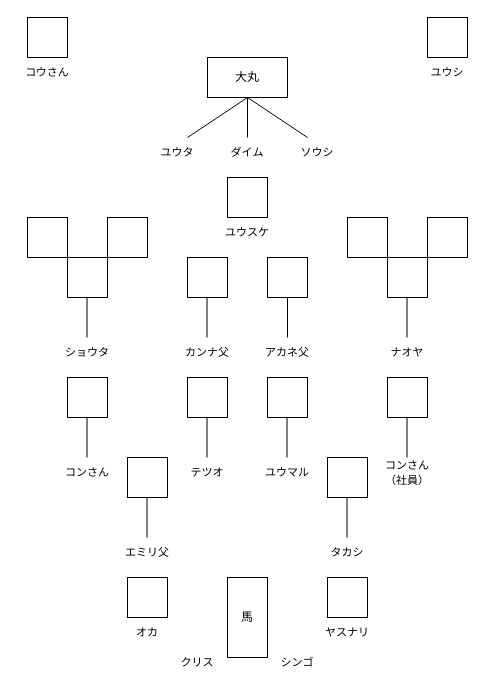
Above: formation_1.dio in shingo0321/yaizu_festival (draw.io), before the change. Source tidied: cells renumbered, new cells numbered last; positions are measured from the earlier drawing's top-left corner, leaving out a move shared by most shapes. Both pictures are drawn from the tidied source at 100%, with x=0, y=0 at pixel (17, 17).
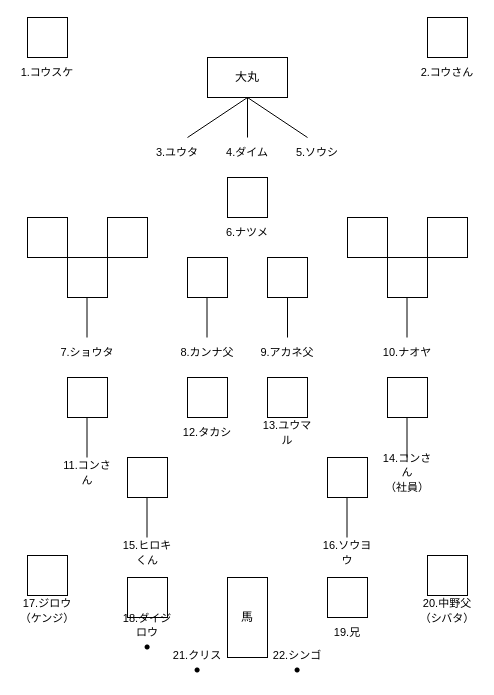
The same page after the edit.

What changed in the source:
```diff
@@
-    <mxCell id="13" value="&lt;span style=&quot;font-size: 11px;&quot;&gt;ユウタ&lt;/span&gt;" style="text;html=1;align=center;verticalAlign=middle;whiteSpace=wrap;rounded=0;" parent="1" vertex="1">
+    <mxCell id="13" value="&lt;span style=&quot;font-size: 11px;&quot;&gt;3.ユウタ&lt;/span&gt;" style="text;html=1;align=center;verticalAlign=middle;whiteSpace=wrap;rounded=0;" parent="1" vertex="1">
       <mxGeometry x="130" y="120" width="60" height="30" as="geometry" />
     </mxCell>
-    <mxCell id="14" value="&lt;span style=&quot;font-size: 11px;&quot;&gt;ダイム&lt;/span&gt;" style="text;html=1;align=center;verticalAlign=middle;whiteSpace=wrap;rounded=0;" parent="1" vertex="1">
+    <mxCell id="14" value="&lt;span style=&quot;font-size: 11px;&quot;&gt;4.ダイム&lt;/span&gt;" style="text;html=1;align=center;verticalAlign=middle;whiteSpace=wrap;rounded=0;" parent="1" vertex="1">
       <mxGeometry x="200" y="120" width="60" height="30" as="geometry" />
     </mxCell>
-    <mxCell id="15" value="&lt;span style=&quot;font-size: 11px;&quot;&gt;ソウシ&lt;/span&gt;" style="text;html=1;align=center;verticalAlign=middle;whiteSpace=wrap;rounded=0;" parent="1" vertex="1">
+    <mxCell id="15" value="&lt;span style=&quot;font-size: 11px;&quot;&gt;5.ソウシ&lt;/span&gt;" style="text;html=1;align=center;verticalAlign=middle;whiteSpace=wrap;rounded=0;" parent="1" vertex="1">
       <mxGeometry x="270" y="120" width="60" height="30" as="geometry" />
     </mxCell>
-    <mxCell id="16" value="&lt;span style=&quot;font-size: 11px;&quot;&gt;コウさん&lt;/span&gt;" style="text;html=1;align=center;verticalAlign=middle;whiteSpace=wrap;rounded=0;" parent="1" vertex="1">
+    <mxCell id="16" value="&lt;span style=&quot;font-size: 11px;&quot;&gt;1.コウスケ&lt;/span&gt;" style="text;html=1;align=center;verticalAlign=middle;whiteSpace=wrap;rounded=0;" parent="1" vertex="1">
       <mxGeometry y="40" width="60" height="30" as="geometry" />
     </mxCell>
@@
-    <mxCell id="18" value="&lt;span style=&quot;font-size: 11px;&quot;&gt;ユウシ&lt;/span&gt;" style="text;html=1;align=center;verticalAlign=middle;whiteSpace=wrap;rounded=0;" parent="1" vertex="1">
+    <mxCell id="18" value="&lt;span style=&quot;font-size: 11px;&quot;&gt;2.コウさん&lt;/span&gt;" style="text;html=1;align=center;verticalAlign=middle;whiteSpace=wrap;rounded=0;" parent="1" vertex="1">
       <mxGeometry x="400" y="40" width="60" height="30" as="geometry" />
     </mxCell>
-    <mxCell id="19" value="&lt;span style=&quot;font-size: 11px;&quot;&gt;ユウスケ&lt;/span&gt;" style="text;html=1;align=center;verticalAlign=middle;whiteSpace=wrap;rounded=0;" parent="1" vertex="1">
+    <mxCell id="19" value="&lt;span style=&quot;font-size: 11px;&quot;&gt;6.ナツメ&lt;/span&gt;" style="text;html=1;align=center;verticalAlign=middle;whiteSpace=wrap;rounded=0;" parent="1" vertex="1">
       <mxGeometry x="200" y="200" width="60" height="30" as="geometry" />
     </mxCell>
@@
-    <mxCell id="27" value="&lt;span style=&quot;font-size: 11px;&quot;&gt;ショウタ&lt;/span&gt;" style="text;html=1;align=center;verticalAlign=middle;whiteSpace=wrap;rounded=0;" parent="1" vertex="1">
+    <mxCell id="27" value="&lt;span style=&quot;font-size: 11px;&quot;&gt;7.ショウタ&lt;/span&gt;" style="text;html=1;align=center;verticalAlign=middle;whiteSpace=wrap;rounded=0;" parent="1" vertex="1">
       <mxGeometry x="40" y="320" width="60" height="30" as="geometry" />
     </mxCell>
-    <mxCell id="28" value="&lt;span style=&quot;font-size: 11px;&quot;&gt;カンナ父&lt;/span&gt;" style="text;html=1;align=center;verticalAlign=middle;whiteSpace=wrap;rounded=0;" parent="1" vertex="1">
+    <mxCell id="28" value="&lt;span style=&quot;font-size: 11px;&quot;&gt;8.カンナ父&lt;/span&gt;" style="text;html=1;align=center;verticalAlign=middle;whiteSpace=wrap;rounded=0;" parent="1" vertex="1">
       <mxGeometry x="160" y="320" width="60" height="30" as="geometry" />
     </mxCell>
-    <mxCell id="29" value="&lt;span style=&quot;font-size: 11px;&quot;&gt;アカネ父&lt;/span&gt;" style="text;html=1;align=center;verticalAlign=middle;whiteSpace=wrap;rounded=0;" parent="1" vertex="1">
+    <mxCell id="29" value="&lt;span style=&quot;font-size: 11px;&quot;&gt;9.アカネ父&lt;/span&gt;" style="text;html=1;align=center;verticalAlign=middle;whiteSpace=wrap;rounded=0;" parent="1" vertex="1">
       <mxGeometry x="240" y="320" width="60" height="30" as="geometry" />
     </mxCell>
-    <mxCell id="30" value="&lt;span style=&quot;font-size: 11px;&quot;&gt;ナオヤ&lt;/span&gt;" style="text;html=1;align=center;verticalAlign=middle;whiteSpace=wrap;rounded=0;" parent="1" vertex="1">
+    <mxCell id="30" value="&lt;span style=&quot;font-size: 11px;&quot;&gt;10.ナオヤ&lt;/span&gt;" style="text;html=1;align=center;verticalAlign=middle;whiteSpace=wrap;rounded=0;" parent="1" vertex="1">
       <mxGeometry x="360" y="320" width="60" height="30" as="geometry" />
     </mxCell>
@@
-    <mxCell id="33" value="&lt;span style=&quot;font-size: 11px;&quot;&gt;コンさん&lt;/span&gt;" style="text;html=1;align=center;verticalAlign=middle;whiteSpace=wrap;rounded=0;" parent="1" vertex="1">
+    <mxCell id="33" value="&lt;span style=&quot;font-size: 11px;&quot;&gt;11.コンさん&lt;/span&gt;" style="text;html=1;align=center;verticalAlign=middle;whiteSpace=wrap;rounded=0;" parent="1" vertex="1">
       <mxGeometry x="40" y="440" width="60" height="30" as="geometry" />
     </mxCell>
@@
-    <mxCell id="35" style="endArrow=none;html=1;" parent="1" edge="1">
-      <mxGeometry relative="1" as="geometry">
-        <mxPoint x="189.5" y="440" as="sourcePoint" />
-        <mxPoint x="189.5" y="400" as="targetPoint" />
-      </mxGeometry>
-    </mxCell>
-    <mxCell id="36" value="&lt;span style=&quot;font-size: 11px;&quot;&gt;テツオ&lt;/span&gt;" style="text;html=1;align=center;verticalAlign=middle;whiteSpace=wrap;rounded=0;" parent="1" vertex="1">
-      <mxGeometry x="160" y="440" width="60" height="30" as="geometry" />
+    <mxCell id="36" value="&lt;span style=&quot;font-size: 11px;&quot;&gt;12.タカシ&lt;/span&gt;" style="text;html=1;align=center;verticalAlign=middle;whiteSpace=wrap;rounded=0;" parent="1" vertex="1">
+      <mxGeometry x="160" y="400" width="60" height="30" as="geometry" />
     </mxCell>
@@
-    <mxCell id="38" style="endArrow=none;html=1;" parent="1" edge="1">
-      <mxGeometry relative="1" as="geometry">
-        <mxPoint x="269.5" y="440" as="sourcePoint" />
-        <mxPoint x="269.5" y="400" as="targetPoint" />
-      </mxGeometry>
-    </mxCell>
-    <mxCell id="39" value="&lt;span style=&quot;font-size: 11px;&quot;&gt;ユウマル&lt;/span&gt;" style="text;html=1;align=center;verticalAlign=middle;whiteSpace=wrap;rounded=0;" parent="1" vertex="1">
-      <mxGeometry x="240" y="440" width="60" height="30" as="geometry" />
+    <mxCell id="39" value="&lt;span style=&quot;font-size: 11px;&quot;&gt;13.ユウマル&lt;/span&gt;" style="text;html=1;align=center;verticalAlign=middle;whiteSpace=wrap;rounded=0;" parent="1" vertex="1">
+      <mxGeometry x="240" y="400" width="60" height="30" as="geometry" />
     </mxCell>
@@
-    <mxCell id="42" value="&lt;span style=&quot;font-size: 11px;&quot;&gt;コンさん&lt;BR&gt;（社員）&lt;/span&gt;" style="text;html=1;align=center;verticalAlign=middle;whiteSpace=wrap;rounded=0;" parent="1" vertex="1">
+    <mxCell id="42" value="&lt;span style=&quot;font-size: 11px;&quot;&gt;14.コンさん&lt;BR&gt;（社員）&lt;/span&gt;" style="text;html=1;align=center;verticalAlign=middle;whiteSpace=wrap;rounded=0;" parent="1" vertex="1">
       <mxGeometry x="360" y="440" width="60" height="30" as="geometry" />
     </mxCell>
@@
-    <mxCell id="45" value="&lt;span style=&quot;font-size: 11px;&quot;&gt;エミリ父&lt;/span&gt;" style="text;html=1;align=center;verticalAlign=middle;whiteSpace=wrap;rounded=0;" parent="1" vertex="1">
+    <mxCell id="45" value="&lt;span style=&quot;font-size: 11px;&quot;&gt;15.ヒロキくん&lt;/span&gt;" style="text;html=1;align=center;verticalAlign=middle;whiteSpace=wrap;rounded=0;" parent="1" vertex="1">
       <mxGeometry x="100" y="520" width="60" height="30" as="geometry" />
     </mxCell>
@@
-    <mxCell id="48" value="&lt;span style=&quot;font-size: 11px;&quot;&gt;タカシ&lt;/span&gt;" style="text;html=1;align=center;verticalAlign=middle;whiteSpace=wrap;rounded=0;" parent="1" vertex="1">
+    <mxCell id="48" value="&lt;span style=&quot;font-size: 11px;&quot;&gt;16.ソウヨウ&lt;/span&gt;" style="text;html=1;align=center;verticalAlign=middle;whiteSpace=wrap;rounded=0;" parent="1" vertex="1">
       <mxGeometry x="300" y="520" width="60" height="30" as="geometry" />
     </mxCell>
@@
-    <mxCell id="51" value="&lt;span style=&quot;font-size: 11px;&quot;&gt;オカ&lt;/span&gt;" style="text;html=1;align=center;verticalAlign=middle;whiteSpace=wrap;rounded=0;" parent="1" vertex="1">
+    <mxCell id="51" value="&lt;span style=&quot;font-size: 11px;&quot;&gt;18.ダイジロウ&lt;BR&gt;⚫︎&lt;/span&gt;" style="text;html=1;align=center;verticalAlign=middle;whiteSpace=wrap;rounded=0;" parent="1" vertex="1">
       <mxGeometry x="100" y="600" width="60" height="30" as="geometry" />
     </mxCell>
-    <mxCell id="52" value="&lt;span style=&quot;font-size: 11px;&quot;&gt;クリス&lt;/span&gt;" style="text;html=1;align=center;verticalAlign=middle;whiteSpace=wrap;rounded=0;" parent="1" vertex="1">
+    <mxCell id="52" value="&lt;span style=&quot;font-size: 11px;&quot;&gt;21.クリス&lt;BR&gt;⚫︎&lt;/span&gt;" style="text;html=1;align=center;verticalAlign=middle;whiteSpace=wrap;rounded=0;" parent="1" vertex="1">
       <mxGeometry x="150" y="630" width="60" height="30" as="geometry" />
     </mxCell>
@@
-    <mxCell id="54" value="&lt;span style=&quot;font-size: 11px;&quot;&gt;ヤスナリ&lt;/span&gt;" style="text;html=1;align=center;verticalAlign=middle;whiteSpace=wrap;rounded=0;" parent="1" vertex="1">
+    <mxCell id="54" value="&lt;span style=&quot;font-size: 11px;&quot;&gt;19.兄&lt;/span&gt;" style="text;html=1;align=center;verticalAlign=middle;whiteSpace=wrap;rounded=0;" parent="1" vertex="1">
       <mxGeometry x="300" y="600" width="60" height="30" as="geometry" />
     </mxCell>
-    <mxCell id="55" value="&lt;span style=&quot;font-size: 11px;&quot;&gt;シンゴ&lt;/span&gt;" style="text;html=1;align=center;verticalAlign=middle;whiteSpace=wrap;rounded=0;" parent="1" vertex="1">
+    <mxCell id="55" value="&lt;span style=&quot;font-size: 11px;&quot;&gt;22.シンゴ&lt;BR&gt;⚫︎&lt;/span&gt;" style="text;html=1;align=center;verticalAlign=middle;whiteSpace=wrap;rounded=0;" parent="1" vertex="1">
       <mxGeometry x="250" y="630" width="60" height="30" as="geometry" />
     </mxCell>
+    <mxCell id="56" style="rounded=0;whiteSpace=wrap;html=1;" parent="1" vertex="1">
+      <mxGeometry x="10" y="538" width="40" height="40" as="geometry" />
+    </mxCell>
+    <mxCell id="57" style="rounded=0;whiteSpace=wrap;html=1;" parent="1" vertex="1">
+      <mxGeometry x="410" y="538" width="40" height="40" as="geometry" />
+    </mxCell>
+    <mxCell id="58" value="&lt;span style=&quot;font-size: 11px;&quot;&gt;17.ジロウ&lt;BR&gt;（ケンジ）&lt;/span&gt;" style="text;html=1;align=center;verticalAlign=middle;whiteSpace=wrap;rounded=0;" parent="1" vertex="1">
+      <mxGeometry y="578" width="60" height="30" as="geometry" />
+    </mxCell>
+    <mxCell id="59" value="&lt;span style=&quot;font-size: 11px;&quot;&gt;20.中野父&lt;BR&gt;（シバタ）&lt;/span&gt;" style="text;html=1;align=center;verticalAlign=middle;whiteSpace=wrap;rounded=0;" parent="1" vertex="1">
+      <mxGeometry x="400" y="578" width="60" height="30" as="geometry" />
+    </mxCell>
```
